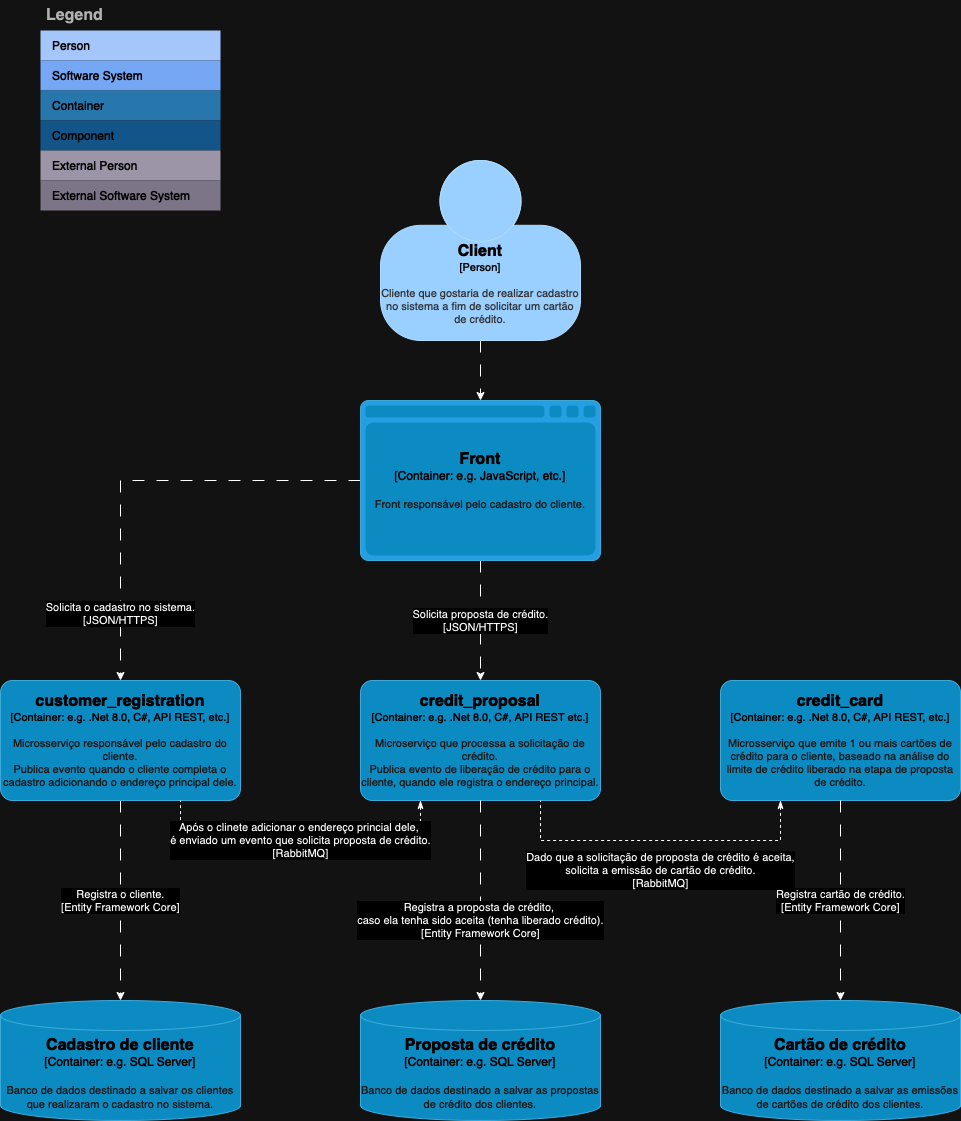
Before: assets/img/diagrams/ms-credit-card-context.drawio.png, a diagram exported from draw.io (gabrielleraujo/ms-credit-card-context). Source tidied: cells renumbered, new cells last; positions are measured from the earlier drawing's top-left corner, leaving out a move shared by most shapes.
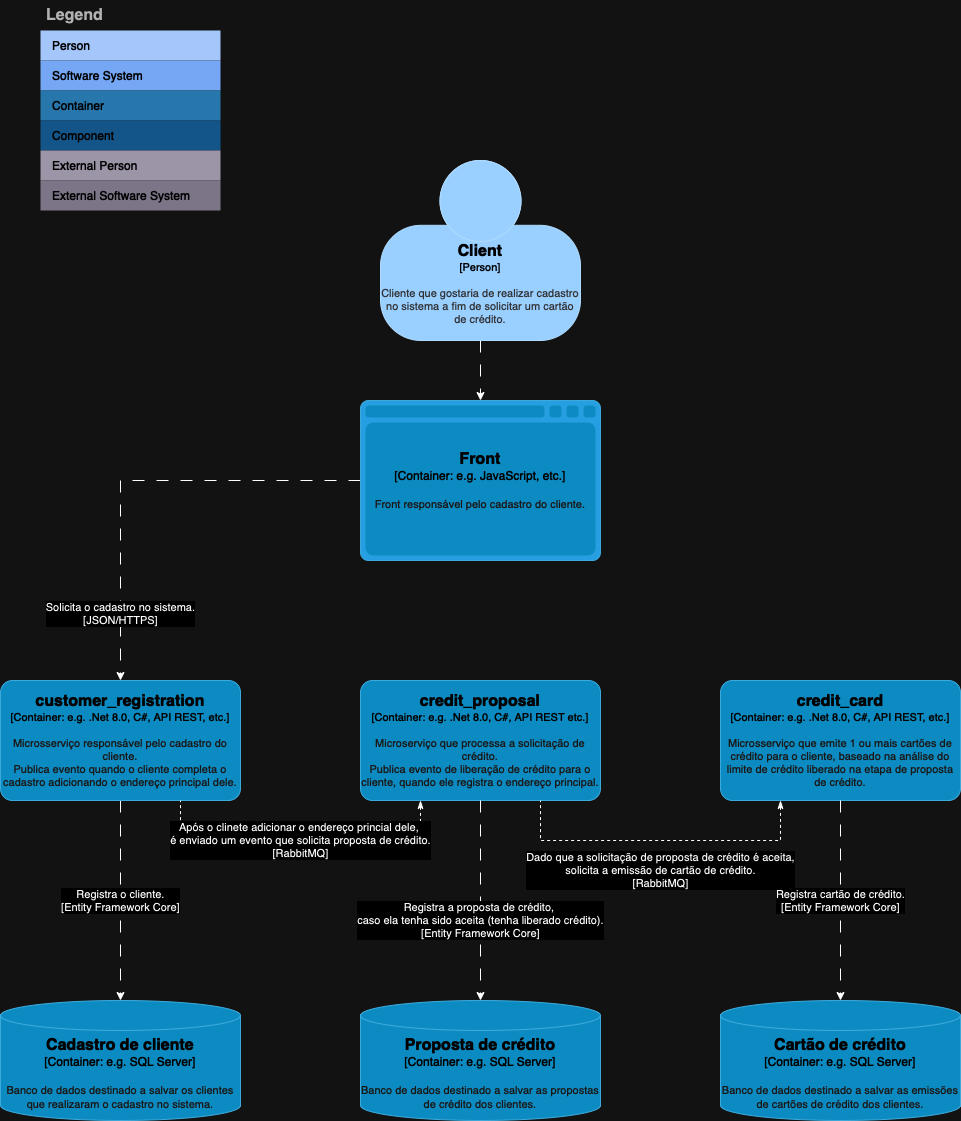
After the commit.

Change to the diagram source:
```diff
@@ -57,9 +57,6 @@
         <mxGeometry x="360" y="680" width="240" height="120" as="geometry" />
       </mxCell>
     </object>
-    <mxCell id="19" value="Solicita proposta de crédito.&lt;div&gt;[JSON/HTTPS]&lt;/div&gt;" style="edgeStyle=orthogonalEdgeStyle;rounded=0;jettySize=auto;html=1;dashed=1;dashPattern=12 12;" parent="1" edge="1" source="20" target="18">
-      <mxGeometry relative="1" as="geometry" />
-    </mxCell>
     <object id="20" label="&lt;font style=&quot;font-size: 16px&quot;&gt;&lt;b&gt;%c4Name%&lt;/b&gt;&lt;/font&gt;&lt;div&gt;[%c4Type%:&amp;nbsp;%c4Technology%]&lt;/div&gt;&lt;br&gt;&lt;div&gt;&lt;font style=&quot;font-size: 11px&quot;&gt;&lt;font color=&quot;#E6E6E6&quot;&gt;%c4Description%&lt;/font&gt;&lt;/div&gt;" c4Description="Front responsável pelo cadastro do cliente." c4Name="Front" c4Technology="e.g. JavaScript, etc." c4Type="Container" placeholders="1">
       <mxCell style="shape=mxgraph.c4.webBrowserContainer2;whiteSpace=wrap;html=1;boundedLbl=1;rounded=0;labelBackgroundColor=none;strokeColor=#118ACD;fillColor=#23A2D9;strokeColor=#118ACD;strokeColor2=#0E7DAD;fontSize=12;fontColor=#ffffff;align=center;points=[[0.5,0,0],[1,0.25,0],[1,0.5,0],[1,0.75,0],[0.5,1,0],[0,0.75,0],[0,0.5,0],[0,0.25,0]];" parent="1" vertex="1">
         <mxGeometry x="360" y="400" width="240" height="160" as="geometry" />
```
